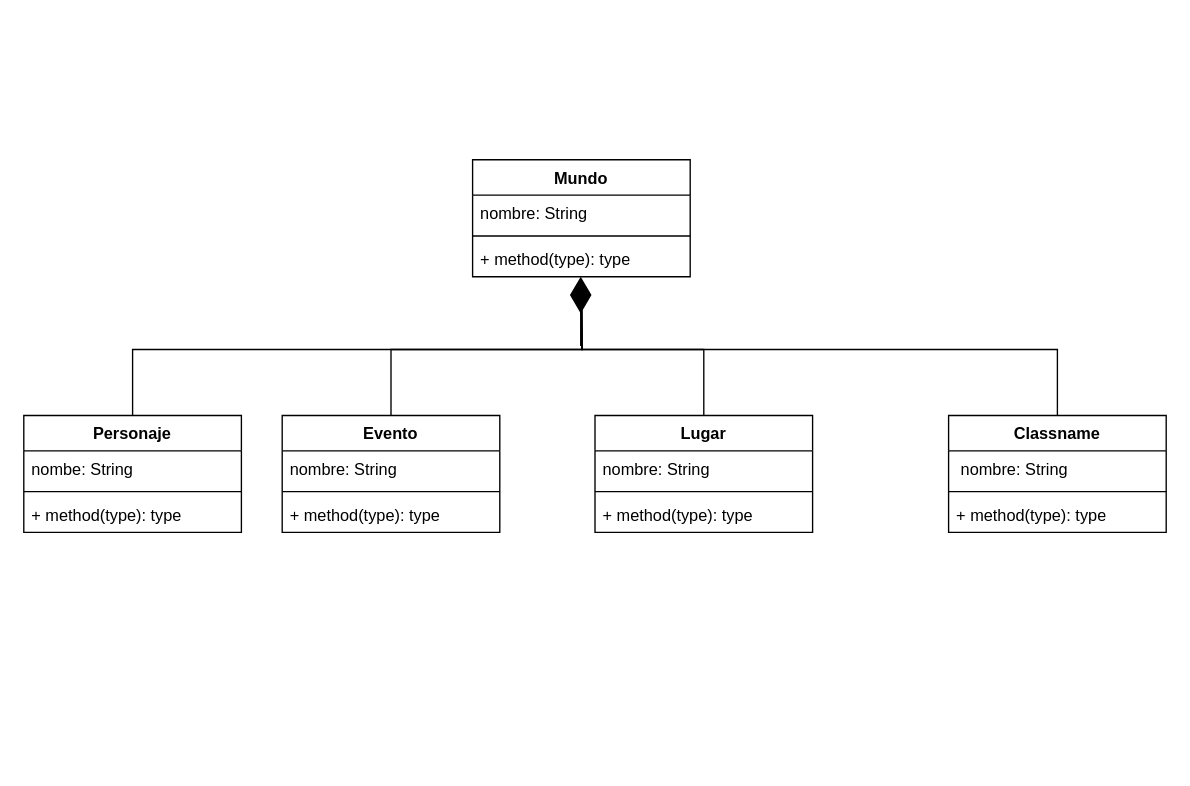
Earlier version of the draw.io diagram Diagrama sin título.drawio (Jh700wolf/Worldbuilding-tool). Source tidied: cells renumbered, new cells numbered last; positions are measured from the earlier drawing's top-left corner, leaving out a move shared by most shapes. Both pictures are drawn from the tidied source at 136%, with x=0, y=0 at pixel (23, 159).
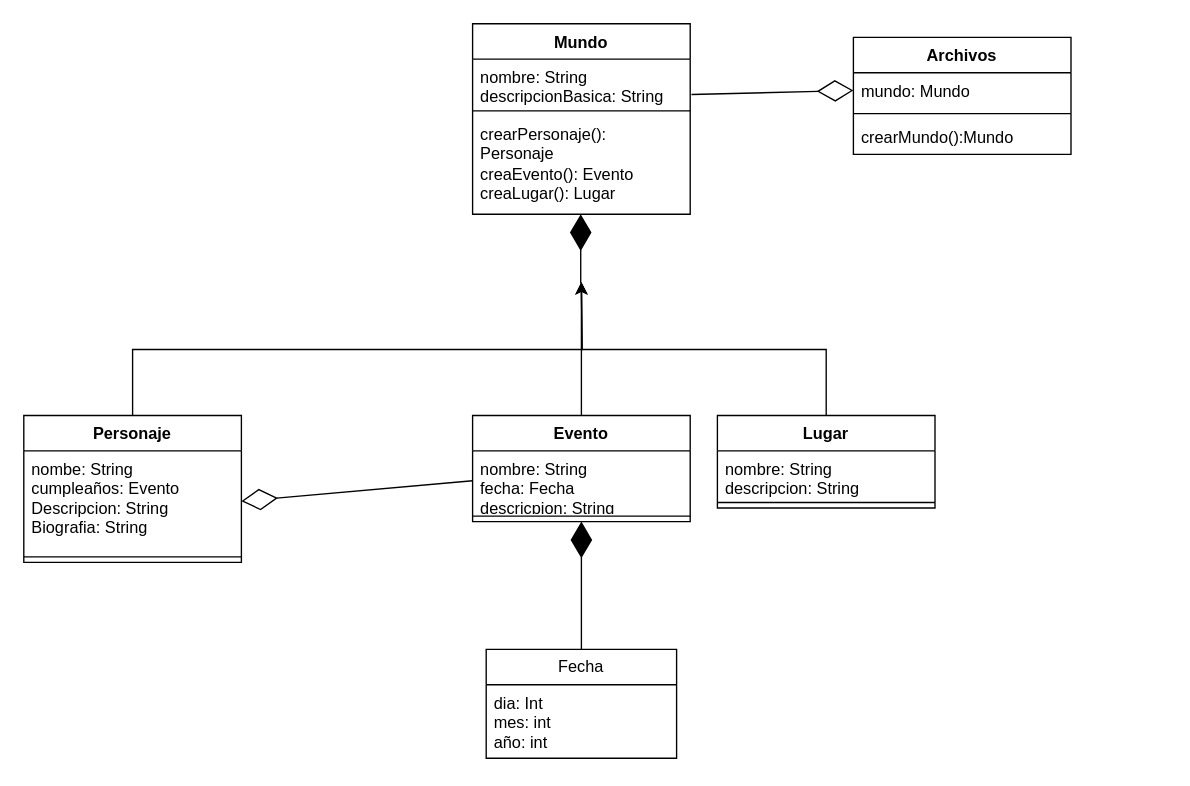
The same page after the edit.

Change to the diagram source:
```diff
@@
     <mxCell id="2" value="Mundo" style="swimlane;fontStyle=1;align=center;verticalAlign=top;horizontal=1;startSize=26;whiteSpace=wrap;html=1;" parent="1" vertex="1">
-      <mxGeometry x="330" width="160" height="86" as="geometry" />
+      <mxGeometry x="330" y="-100" width="160" height="140" as="geometry" />
     </mxCell>
-    <mxCell id="3" value="nombre: String" style="text;strokeColor=none;fillColor=none;align=left;verticalAlign=top;spacingLeft=4;spacingRight=4;overflow=hidden;points=[[0,0.5],[1,0.5]];portConstraint=eastwest;whiteSpace=wrap;html=1;" parent="2" vertex="1">
-      <mxGeometry y="26" width="160" height="26" as="geometry" />
+    <mxCell id="3" value="nombre: String&lt;br&gt;descripcionBasica: String" style="text;strokeColor=none;fillColor=none;align=left;verticalAlign=top;spacingLeft=4;spacingRight=4;overflow=hidden;points=[[0,0.5],[1,0.5]];portConstraint=eastwest;whiteSpace=wrap;html=1;" parent="2" vertex="1">
+      <mxGeometry y="26" width="160" height="34" as="geometry" />
     </mxCell>
     <mxCell id="4" style="line;strokeWidth=1;fillColor=none;align=left;verticalAlign=middle;spacingTop=-1;spacingLeft=3;spacingRight=3;labelPosition=right;strokeColor=inherit;" parent="2" vertex="1">
-      <mxGeometry y="52" width="160" height="8" as="geometry" />
+      <mxGeometry y="60" width="160" height="8" as="geometry" />
     </mxCell>
-    <mxCell id="5" value="+ method(type): type" style="text;strokeColor=none;fillColor=none;align=left;verticalAlign=top;spacingLeft=4;spacingRight=4;overflow=hidden;whiteSpace=wrap;html=1;" parent="2" vertex="1">
-      <mxGeometry y="60" width="160" height="26" as="geometry" />
+    <mxCell id="5" value="crearPersonaje(): Personaje&lt;br&gt;creaEvento(): Evento&lt;br&gt;creaLugar(): Lugar" style="text;strokeColor=none;fillColor=none;align=left;verticalAlign=top;spacingLeft=4;spacingRight=4;overflow=hidden;whiteSpace=wrap;html=1;" parent="2" vertex="1">
+      <mxGeometry y="68" width="160" height="72" as="geometry" />
     </mxCell>
@@
     <mxCell id="7" value="Personaje" style="swimlane;fontStyle=1;align=center;verticalAlign=top;horizontal=1;startSize=26;whiteSpace=wrap;html=1;" parent="1" vertex="1">
-      <mxGeometry y="188" width="160" height="86" as="geometry" />
+      <mxGeometry y="188" width="160" height="108" as="geometry" />
     </mxCell>
-    <mxCell id="8" value="nombe: String" style="text;strokeColor=none;fillColor=none;align=left;verticalAlign=top;spacingLeft=4;spacingRight=4;overflow=hidden;points=[[0,0.5],[1,0.5]];portConstraint=eastwest;whiteSpace=wrap;html=1;" parent="7" vertex="1">
-      <mxGeometry y="26" width="160" height="26" as="geometry" />
+    <mxCell id="8" value="nombe: String&lt;br&gt;cumpleaños: Evento&lt;br&gt;Descripcion: String&lt;br&gt;Biografia: String&lt;br&gt;" style="text;strokeColor=none;fillColor=none;align=left;verticalAlign=top;spacingLeft=4;spacingRight=4;overflow=hidden;points=[[0,0.5],[1,0.5]];portConstraint=eastwest;whiteSpace=wrap;html=1;" parent="7" vertex="1">
+      <mxGeometry y="26" width="160" height="74" as="geometry" />
     </mxCell>
     <mxCell id="9" style="line;strokeWidth=1;fillColor=none;align=left;verticalAlign=middle;spacingTop=-1;spacingLeft=3;spacingRight=3;labelPosition=right;strokeColor=inherit;" parent="7" vertex="1">
-      <mxGeometry y="52" width="160" height="8" as="geometry" />
+      <mxGeometry y="100" width="160" height="8" as="geometry" />
     </mxCell>
-    <mxCell id="10" value="+ method(type): type" style="text;strokeColor=none;fillColor=none;align=left;verticalAlign=top;spacingLeft=4;spacingRight=4;overflow=hidden;whiteSpace=wrap;html=1;" parent="7" vertex="1">
-      <mxGeometry y="60" width="160" height="26" as="geometry" />
-    </mxCell>
@@
     <mxCell id="12" value="Evento" style="swimlane;fontStyle=1;align=center;verticalAlign=top;horizontal=1;startSize=26;whiteSpace=wrap;html=1;" parent="1" vertex="1">
-      <mxGeometry x="190" y="188" width="160" height="86" as="geometry" />
+      <mxGeometry x="330" y="188" width="160" height="78" as="geometry" />
     </mxCell>
-    <mxCell id="13" value="nombre: String" style="text;strokeColor=none;fillColor=none;align=left;verticalAlign=top;spacingLeft=4;spacingRight=4;overflow=hidden;points=[[0,0.5],[1,0.5]];portConstraint=eastwest;whiteSpace=wrap;html=1;" parent="12" vertex="1">
-      <mxGeometry y="26" width="160" height="26" as="geometry" />
+    <mxCell id="13" value="nombre: String&lt;br&gt;fecha: Fecha&lt;br&gt;descricpion: String" style="text;strokeColor=none;fillColor=none;align=left;verticalAlign=top;spacingLeft=4;spacingRight=4;overflow=hidden;points=[[0,0.5],[1,0.5]];portConstraint=eastwest;whiteSpace=wrap;html=1;" parent="12" vertex="1">
+      <mxGeometry y="26" width="160" height="44" as="geometry" />
     </mxCell>
     <mxCell id="14" style="line;strokeWidth=1;fillColor=none;align=left;verticalAlign=middle;spacingTop=-1;spacingLeft=3;spacingRight=3;labelPosition=right;strokeColor=inherit;" parent="12" vertex="1">
-      <mxGeometry y="52" width="160" height="8" as="geometry" />
+      <mxGeometry y="70" width="160" height="8" as="geometry" />
     </mxCell>
-    <mxCell id="15" value="+ method(type): type" style="text;strokeColor=none;fillColor=none;align=left;verticalAlign=top;spacingLeft=4;spacingRight=4;overflow=hidden;whiteSpace=wrap;html=1;" parent="12" vertex="1">
-      <mxGeometry y="60" width="160" height="26" as="geometry" />
-    </mxCell>
@@
     <mxCell id="17" value="Lugar" style="swimlane;fontStyle=1;align=center;verticalAlign=top;horizontal=1;startSize=26;whiteSpace=wrap;html=1;" parent="1" vertex="1">
-      <mxGeometry x="420" y="188" width="160" height="86" as="geometry" />
+      <mxGeometry x="510" y="188" width="160" height="68" as="geometry" />
     </mxCell>
-    <mxCell id="18" value="nombre: String" style="text;strokeColor=none;fillColor=none;align=left;verticalAlign=top;spacingLeft=4;spacingRight=4;overflow=hidden;whiteSpace=wrap;html=1;" parent="17" vertex="1">
-      <mxGeometry y="26" width="160" height="26" as="geometry" />
+    <mxCell id="18" value="nombre: String&lt;br&gt;descripcion: String" style="text;strokeColor=none;fillColor=none;align=left;verticalAlign=top;spacingLeft=4;spacingRight=4;overflow=hidden;whiteSpace=wrap;html=1;" parent="17" vertex="1">
+      <mxGeometry y="26" width="160" height="34" as="geometry" />
     </mxCell>
     <mxCell id="19" style="line;strokeWidth=1;fillColor=none;align=left;verticalAlign=middle;spacingTop=-1;spacingLeft=3;spacingRight=3;labelPosition=right;strokeColor=inherit;" parent="17" vertex="1">
-      <mxGeometry y="52" width="160" height="8" as="geometry" />
+      <mxGeometry y="60" width="160" height="8" as="geometry" />
     </mxCell>
-    <mxCell id="20" value="+ method(type): type" style="text;strokeColor=none;fillColor=none;align=left;verticalAlign=top;spacingLeft=4;spacingRight=4;overflow=hidden;whiteSpace=wrap;html=1;" parent="17" vertex="1">
-      <mxGeometry y="60" width="160" height="26" as="geometry" />
-    </mxCell>
-    <mxCell id="21" style="edgeStyle=orthogonalEdgeStyle;rounded=0;jettySize=auto;html=1;exitX=0.5;exitY=0;exitDx=0;exitDy=0;" parent="1" edge="1" source="22">
-      <mxGeometry relative="1" as="geometry">
-        <mxPoint x="410" y="90" as="targetPoint" />
-      </mxGeometry>
-    </mxCell>
-    <mxCell id="22" value="Classname" style="swimlane;fontStyle=1;align=center;verticalAlign=top;horizontal=1;startSize=26;whiteSpace=wrap;html=1;" parent="1" vertex="1">
-      <mxGeometry x="680" y="188" width="160" height="86" as="geometry" />
-    </mxCell>
-    <mxCell id="23" value="&amp;nbsp;nombre: String" style="text;strokeColor=none;fillColor=none;align=left;verticalAlign=top;spacingLeft=4;spacingRight=4;overflow=hidden;whiteSpace=wrap;html=1;" parent="22" vertex="1">
-      <mxGeometry y="26" width="160" height="26" as="geometry" />
-    </mxCell>
+    <mxCell id="26" style="endArrow=diamondThin;endFill=1;endSize=24;html=1;rounded=0;entryX=0.519;entryY=1.115;entryDx=0;entryDy=0;entryPerimeter=0;" parent="1" edge="1">
+      <mxGeometry relative="1" as="geometry">
+        <mxPoint x="409.5" y="91" as="sourcePoint" />
+        <mxPoint x="409.5" y="40" as="targetPoint" />
+      </mxGeometry>
+    </mxCell>
+    <mxCell id="27" style="endArrow=diamondThin;endFill=0;endSize=24;html=1;rounded=0;exitX=0;exitY=0.5;exitDx=0;exitDy=0;entryX=1;entryY=0.5;entryDx=0;entryDy=0;" parent="1" edge="1" source="13" target="8">
+      <mxGeometry relative="1" as="geometry" />
+    </mxCell>
+    <mxCell id="28" value="Fecha" style="swimlane;fontStyle=0;horizontal=1;startSize=26;fillColor=none;whiteSpace=wrap;html=1;" parent="1" vertex="1">
+      <mxGeometry x="340" y="360" width="140" height="80" as="geometry" />
+    </mxCell>
+    <mxCell id="29" value="dia: Int&lt;br&gt;mes: int&lt;br&gt;año: int" style="text;strokeColor=none;fillColor=none;align=left;verticalAlign=top;spacingLeft=4;spacingRight=4;overflow=hidden;whiteSpace=wrap;html=1;" parent="28" vertex="1">
+      <mxGeometry y="26" width="140" height="54" as="geometry" />
+    </mxCell>
+    <mxCell id="30" style="endArrow=diamondThin;endFill=1;endSize=24;html=1;rounded=0;exitX=0.5;exitY=0;exitDx=0;exitDy=0;entryX=0.5;entryY=1;entryDx=0;entryDy=0;" parent="1" edge="1" source="28" target="12">
+      <mxGeometry relative="1" as="geometry" />
+    </mxCell>
+    <mxCell id="31" value="Archivos" style="swimlane;fontStyle=1;align=center;verticalAlign=top;horizontal=1;startSize=26;whiteSpace=wrap;html=1;" parent="1" vertex="1">
+      <mxGeometry x="610" y="-90" width="160" height="86" as="geometry" />
+    </mxCell>
+    <mxCell id="32" value="mundo: Mundo" style="text;strokeColor=none;fillColor=none;align=left;verticalAlign=top;spacingLeft=4;spacingRight=4;overflow=hidden;points=[[0,0.5],[1,0.5]];portConstraint=eastwest;whiteSpace=wrap;html=1;" parent="31" vertex="1">
+      <mxGeometry y="26" width="160" height="26" as="geometry" />
+    </mxCell>
-    <mxCell id="24" style="line;strokeWidth=1;fillColor=none;align=left;verticalAlign=middle;spacingTop=-1;spacingLeft=3;spacingRight=3;labelPosition=right;strokeColor=inherit;" parent="22" vertex="1">
+    <mxCell id="24" style="line;strokeWidth=1;fillColor=none;align=left;verticalAlign=middle;spacingTop=-1;spacingLeft=3;spacingRight=3;labelPosition=right;strokeColor=inherit;" parent="31" vertex="1">
       <mxGeometry y="52" width="160" height="8" as="geometry" />
     </mxCell>
-    <mxCell id="25" value="+ method(type): type" style="text;strokeColor=none;fillColor=none;align=left;verticalAlign=top;spacingLeft=4;spacingRight=4;overflow=hidden;whiteSpace=wrap;html=1;" parent="22" vertex="1">
-      <mxGeometry y="60" width="160" height="26" as="geometry" />
-    </mxCell>
-    <mxCell id="26" style="endArrow=diamondThin;endFill=1;endSize=24;html=1;rounded=0;entryX=0.519;entryY=1.115;entryDx=0;entryDy=0;entryPerimeter=0;" parent="1" edge="1">
-      <mxGeometry relative="1" as="geometry">
-        <mxPoint x="409.5" y="137" as="sourcePoint" />
-        <mxPoint x="409.5" y="86" as="targetPoint" />
-      </mxGeometry>
-    </mxCell>
+    <mxCell id="33" value="crearMundo():Mundo" style="text;strokeColor=none;fillColor=none;align=left;verticalAlign=top;spacingLeft=4;spacingRight=4;overflow=hidden;whiteSpace=wrap;html=1;" parent="31" vertex="1">
+      <mxGeometry y="60" width="160" height="26" as="geometry" />
+    </mxCell>
+    <mxCell id="34" style="endArrow=diamondThin;endFill=0;endSize=24;html=1;rounded=0;entryX=0;entryY=0.5;entryDx=0;entryDy=0;exitX=1.006;exitY=0.765;exitDx=0;exitDy=0;exitPerimeter=0;" parent="1" edge="1" source="3" target="32">
+      <mxGeometry relative="1" as="geometry" />
+    </mxCell>
```
